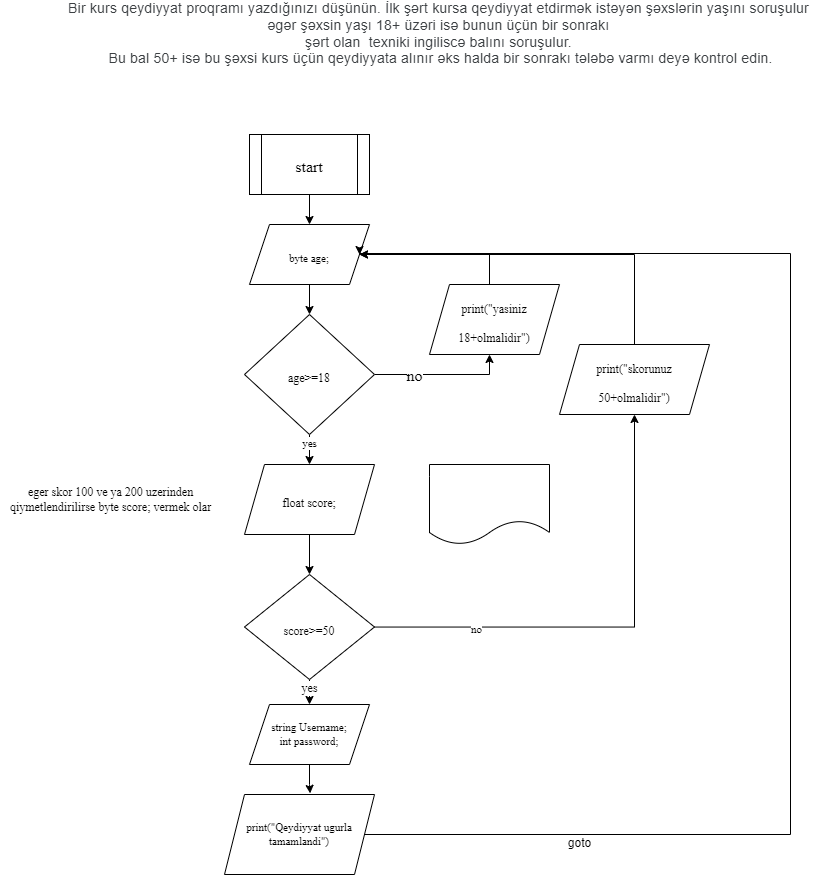
Before: task 3.png, a diagram exported from draw.io (Emilishere/Homework1). Source tidied: cells renumbered, new cells last; positions are measured from the earlier drawing's top-left corner, leaving out a move shared by most shapes.
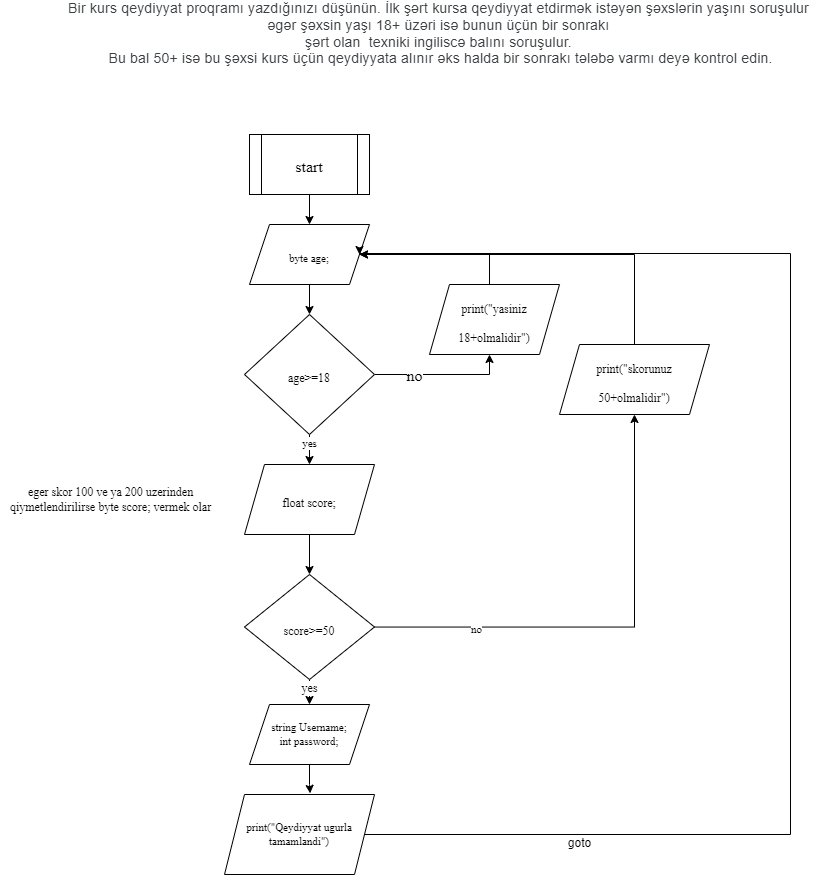
The same diagram one commit later.

The edit, as a diff of the source:
```diff
@@ -101,8 +101,5 @@
     <mxCell id="28" value="goto" style="text;html=1;align=center;verticalAlign=middle;strokeColor=none;fillColor=none;" parent="1" vertex="1">
       <mxGeometry x="559" y="830" width="40" height="20" as="geometry" />
     </mxCell>
-    <mxCell id="29" style="shape=document;whiteSpace=wrap;html=1;boundedLbl=1;" parent="1" vertex="1">
-      <mxGeometry x="429" y="461" width="120" height="80" as="geometry" />
-    </mxCell>
   </root>
 </mxGraphModel>
```
